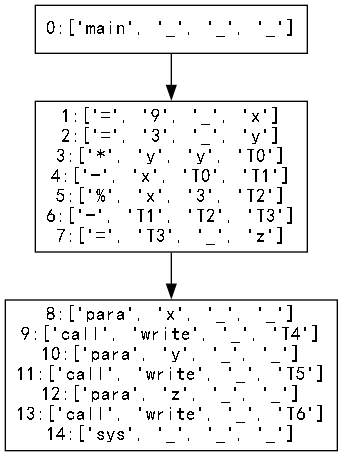
Earlier version of the Graphviz export Basic_Block/basic_block.gv.png (hutao99/compiler). Its source is kept beside it as Basic_Block/basic_block.gv.
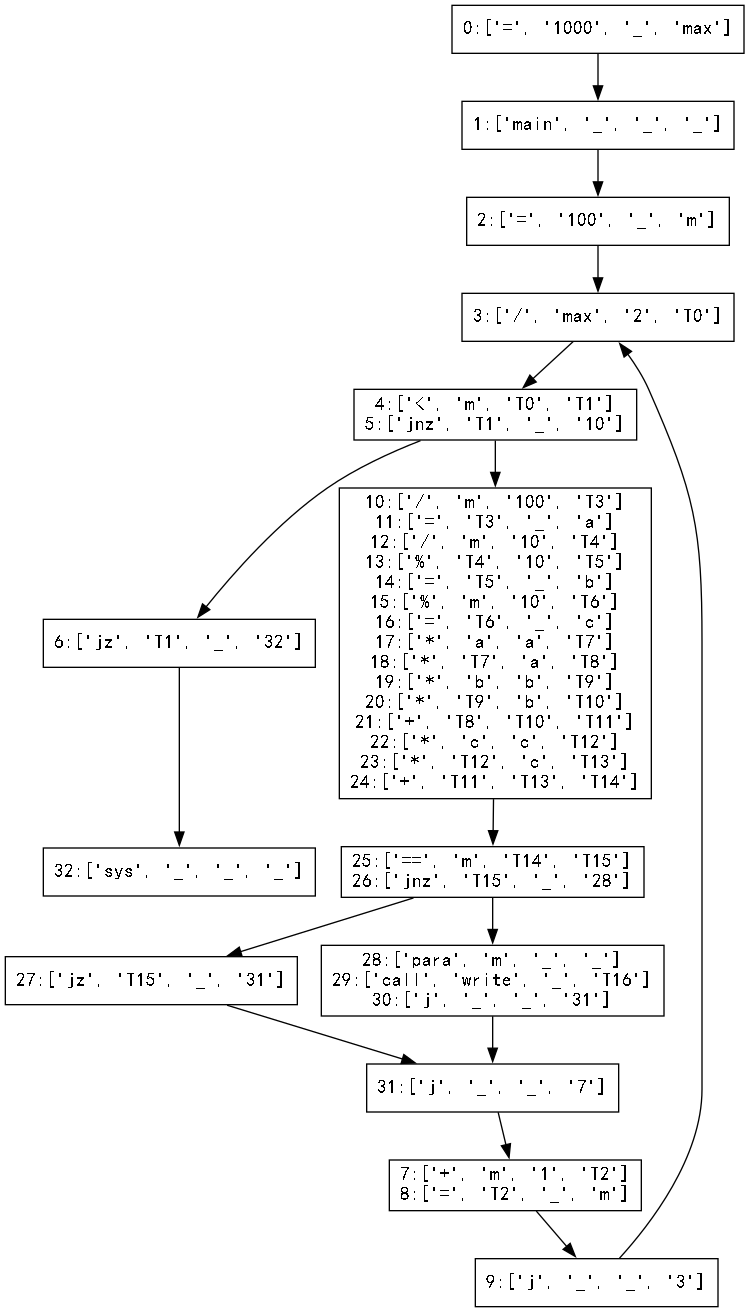
After the commit.

The edit, as a diff of the source:
```diff
@@ -1,22 +1,64 @@
 digraph "./Basic_Block/basic_block" {
-	0 [label="0:['main', '_', '_', '_']
+	0 [label="0:['=', '1000', '_', 'max']
 " fontname=SimHei shape=rectangle]
-	1 [label="1:['=', '9', '_', 'x']
-2:['=', '3', '_', 'y']
-3:['*', 'y', 'y', 'T0']
-4:['-', 'x', 'T0', 'T1']
-5:['%', 'x', '3', 'T2']
-6:['-', 'T1', 'T2', 'T3']
-7:['=', 'T3', '_', 'z']
+	1 [label="1:['main', '_', '_', '_']
 " fontname=SimHei shape=rectangle]
-	2 [label="8:['para', 'x', '_', '_']
-9:['call', 'write', '_', 'T4']
-10:['para', 'y', '_', '_']
-11:['call', 'write', '_', 'T5']
-12:['para', 'z', '_', '_']
-13:['call', 'write', '_', 'T6']
-14:['sys', '_', '_', '_']
+	2 [label="2:['=', '100', '_', 'm']
+" fontname=SimHei shape=rectangle]
+	3 [label="3:['/', 'max', '2', 'T0']
+" fontname=SimHei shape=rectangle]
+	4 [label="4:['<', 'm', 'T0', 'T1']
+5:['jnz', 'T1', '_', '10']
+" fontname=SimHei shape=rectangle]
+	5 [label="6:['jz', 'T1', '_', '32']
+" fontname=SimHei shape=rectangle]
+	6 [label="7:['+', 'm', '1', 'T2']
+8:['=', 'T2', '_', 'm']
+" fontname=SimHei shape=rectangle]
+	7 [label="9:['j', '_', '_', '3']
+" fontname=SimHei shape=rectangle]
+	8 [label="10:['/', 'm', '100', 'T3']
+11:['=', 'T3', '_', 'a']
+12:['/', 'm', '10', 'T4']
+13:['%', 'T4', '10', 'T5']
+14:['=', 'T5', '_', 'b']
+15:['%', 'm', '10', 'T6']
+16:['=', 'T6', '_', 'c']
+17:['*', 'a', 'a', 'T7']
+18:['*', 'T7', 'a', 'T8']
+19:['*', 'b', 'b', 'T9']
+20:['*', 'T9', 'b', 'T10']
+21:['+', 'T8', 'T10', 'T11']
+22:['*', 'c', 'c', 'T12']
+23:['*', 'T12', 'c', 'T13']
+24:['+', 'T11', 'T13', 'T14']
+" fontname=SimHei shape=rectangle]
+	9 [label="25:['==', 'm', 'T14', 'T15']
+26:['jnz', 'T15', '_', '28']
+" fontname=SimHei shape=rectangle]
+	10 [label="27:['jz', 'T15', '_', '31']
+" fontname=SimHei shape=rectangle]
+	11 [label="28:['para', 'm', '_', '_']
+29:['call', 'write', '_', 'T16']
+30:['j', '_', '_', '31']
+" fontname=SimHei shape=rectangle]
+	12 [label="31:['j', '_', '_', '7']
+" fontname=SimHei shape=rectangle]
+	13 [label="32:['sys', '_', '_', '_']
 " fontname=SimHei shape=rectangle]
 	0 -> 1
 	1 -> 2
+	2 -> 3
+	3 -> 4
+	4 -> 8
+	4 -> 5
+	5 -> 13
+	6 -> 7
+	7 -> 3
+	8 -> 9
+	9 -> 11
+	9 -> 10
+	10 -> 12
+	11 -> 12
+	12 -> 6
 }
```
